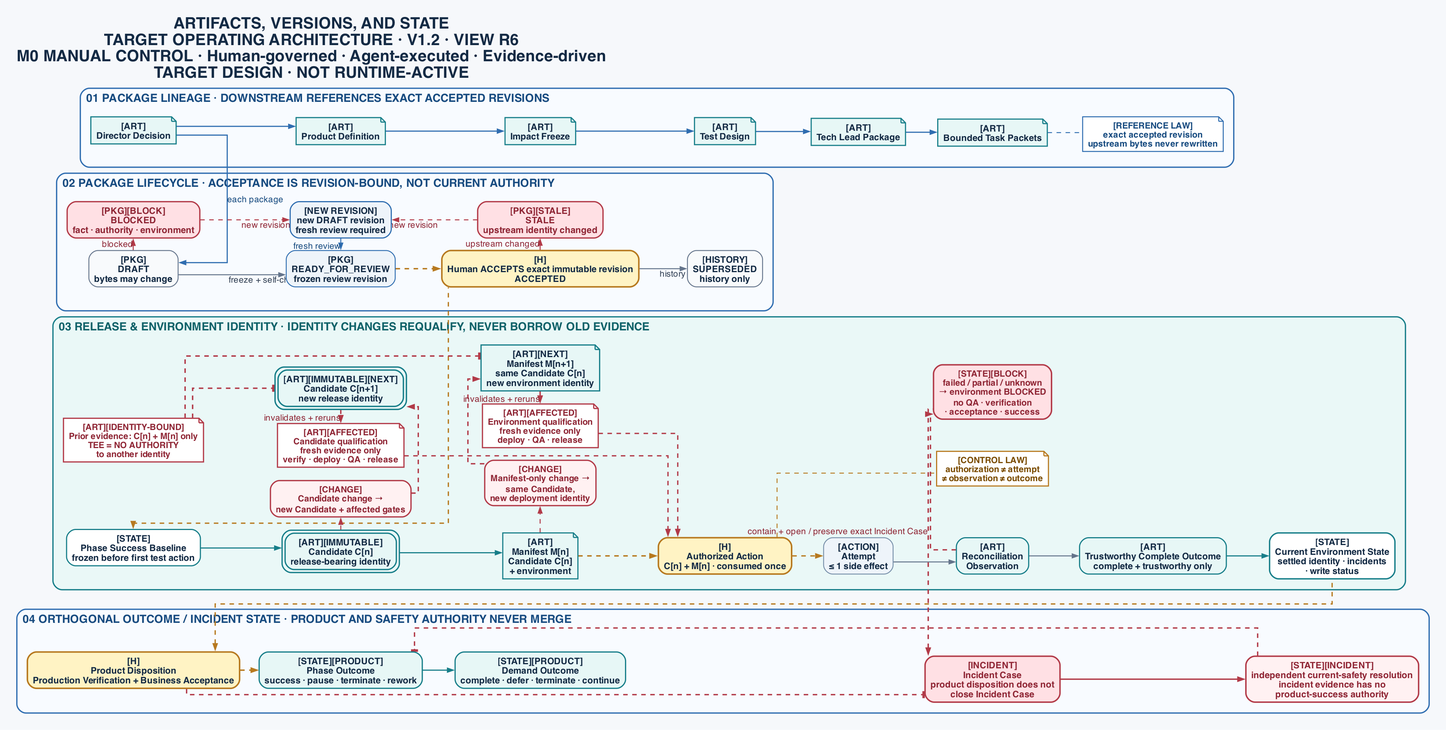
The Graphviz diagram docs/superpowers/specs/assets/2026-07-30--one-human-agent-team-operating-architecture-v1.2/artifacts-versions-and-state.png in jieli-cqwl/org-claude-skills, before a commit. Its source is kept beside it as docs/superpowers/specs/assets/2026-07-30--one-human-agent-team-operating-architecture-v1.2/artifacts-versions-and-state.dot.
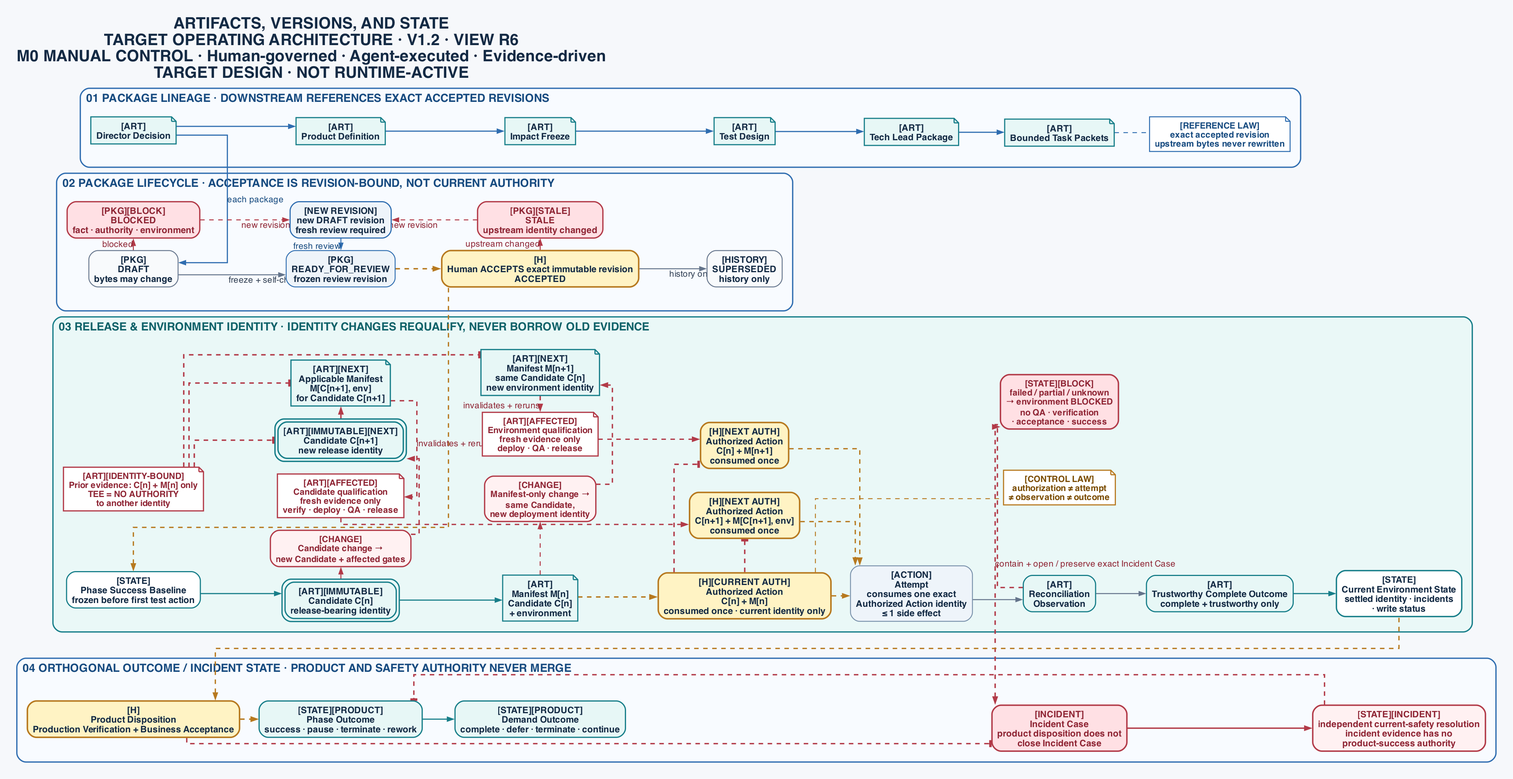
The same diagram one commit later.

Commit message:
docs: bind next identities to exact authorization

Diff of the diagram source:
```diff
@@ -359,15 +359,31 @@
     ];
 
     action_authorization [
-      label="[H]\nAuthorized Action\nC[n] + M[n] · consumed once",
+      label="[H][CURRENT AUTH]\nAuthorized Action\nC[n] + M[n]\nconsumed once · current identity only",
       color="#B7791F",
       fillcolor="#FFF3C4",
       fontname="Helvetica-Bold",
       penwidth=2.0
     ];
 
+    action_authorization_candidate_next [
+      label="[H][NEXT AUTH]\nAuthorized Action\nC[n+1] + M[C[n+1], env]\nconsumed once",
+      color="#B7791F",
+      fillcolor="#FFF3C4",
+      fontname="Helvetica-Bold",
+      penwidth=2.0
+    ];
+
+    action_authorization_manifest_next [
+      label="[H][NEXT AUTH]\nAuthorized Action\nC[n] + M[n+1]\nconsumed once",
+      color="#B7791F",
+      fillcolor="#FFF3C4",
+      fontname="Helvetica-Bold",
+      penwidth=2.0
+    ];
+
     action_attempt [
-      label="[ACTION]\nAttempt\n≤ 1 side effect",
+      label="[ACTION]\nAttempt\nconsumes one exact\nAuthorized Action identity\n≤ 1 side effect",
       color="#7890AA",
       fillcolor="#EEF4FA",
       fontname="Helvetica-Bold"
@@ -416,6 +432,16 @@
       peripheries=2
     ];
 
+    release_candidate_manifest_next [
+      label="[ART][NEXT]\nApplicable Manifest\nM[C[n+1], env]\nfor Candidate C[n+1]",
+      shape=note,
+      style=filled,
+      color="#177E89",
+      fillcolor="#E7F7F6",
+      fontname="Helvetica-Bold",
+      penwidth=1.6
+    ];
+
     identity_candidate_gates [
       label="[ART][AFFECTED]\nCandidate qualification\nfresh evidence only\nverify · deploy · QA · release",
       shape=note,
@@ -542,7 +568,15 @@
       constraint=false
     ];
 
-    release_candidate_next -> identity_candidate_gates [
+    release_candidate_next -> release_candidate_manifest_next [
+      style=dashed,
+      color="#B23A48",
+      fontcolor="#8F2635",
+      penwidth=1.8,
+      constraint=false
+    ];
+
+    release_candidate_manifest_next -> identity_candidate_gates [
       xlabel="invalidates + reruns",
       style=dashed,
       color="#B23A48",
@@ -551,7 +585,7 @@
       constraint=false
     ];
 
-    identity_candidate_gates -> action_authorization [
+    identity_candidate_gates -> action_authorization_candidate_next [
       style=dashed,
       color="#B23A48",
       fontcolor="#8F2635",
@@ -583,10 +617,24 @@
       constraint=false
     ];
 
-    identity_manifest_gates -> action_authorization [
-      style=dashed,
-      color="#B23A48",
-      fontcolor="#8F2635",
+    identity_manifest_gates -> action_authorization_manifest_next [
+      style=dashed,
+      color="#B23A48",
+      fontcolor="#8F2635",
+      penwidth=1.7,
+      constraint=false
+    ];
+
+    action_authorization_candidate_next -> action_attempt [
+      color="#B7791F",
+      style=dashed,
+      penwidth=1.7,
+      constraint=false
+    ];
+
+    action_authorization_manifest_next -> action_attempt [
+      color="#B7791F",
+      style=dashed,
       penwidth=1.7,
       constraint=false
     ];
@@ -600,7 +648,34 @@
       constraint=false
     ];
 
+    identity_prior_evidence -> release_candidate_manifest_next [
+      arrowhead=tee,
+      style=dashed,
+      color="#B23A48",
+      fontcolor="#8F2635",
+      penwidth=1.9,
+      constraint=false
+    ];
+
     identity_prior_evidence -> release_manifest_next [
+      arrowhead=tee,
+      style=dashed,
+      color="#B23A48",
+      fontcolor="#8F2635",
+      penwidth=1.9,
+      constraint=false
+    ];
+
+    action_authorization -> action_authorization_candidate_next [
+      arrowhead=tee,
+      style=dashed,
+      color="#B23A48",
+      fontcolor="#8F2635",
+      penwidth=1.9,
+      constraint=false
+    ];
+
+    action_authorization -> action_authorization_manifest_next [
       arrowhead=tee,
       style=dashed,
       color="#B23A48",
@@ -635,6 +710,7 @@
       release_candidate;
       identity_candidate_changed;
       release_candidate_next;
+      release_candidate_manifest_next;
       identity_candidate_gates;
     }
 
@@ -644,6 +720,13 @@
       identity_manifest_changed;
       release_manifest_next;
       identity_manifest_gates;
+    }
+
+    {
+      rank=same;
+      action_authorization;
+      action_authorization_candidate_next;
+      action_authorization_manifest_next;
     }
 
     {
```
